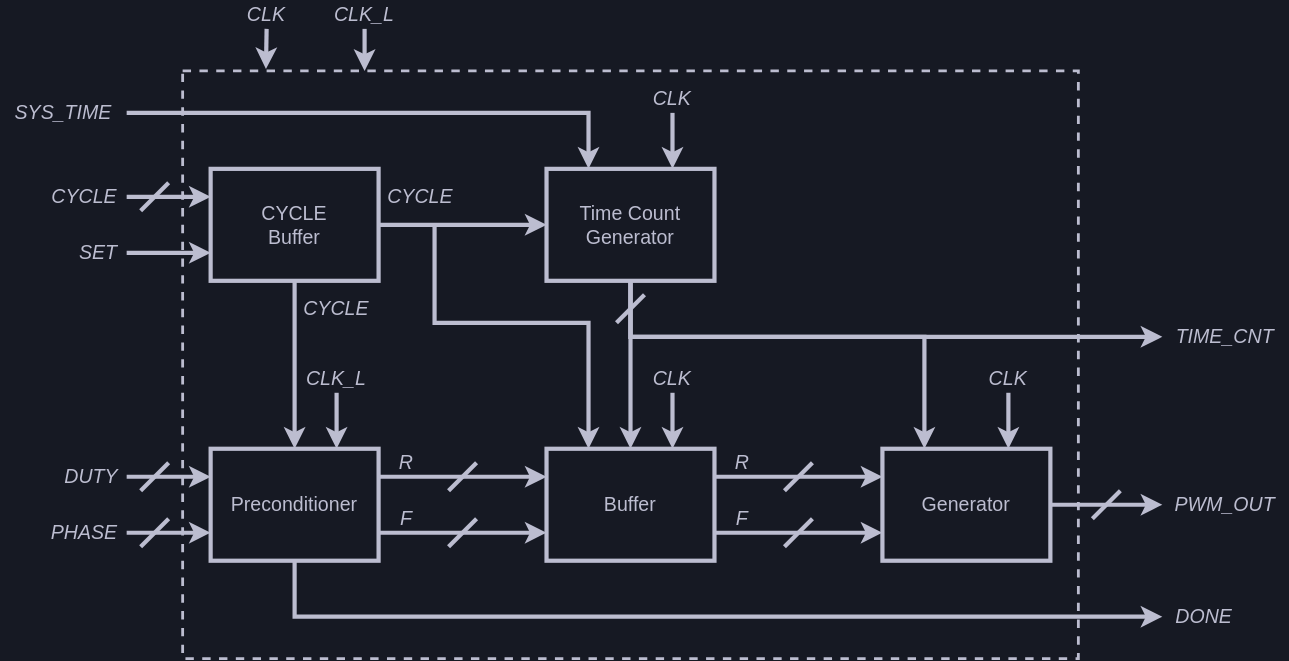
shinolab/autd3-old-monorepo keeps this draw.io diagram as doc/fpga/src/figs/pwm/diagram.svg. Above is the earlier version. Source tidied: cells renumbered, new cells last; positions are measured from the earlier drawing's top-left corner, leaving out a move shared by most shapes.
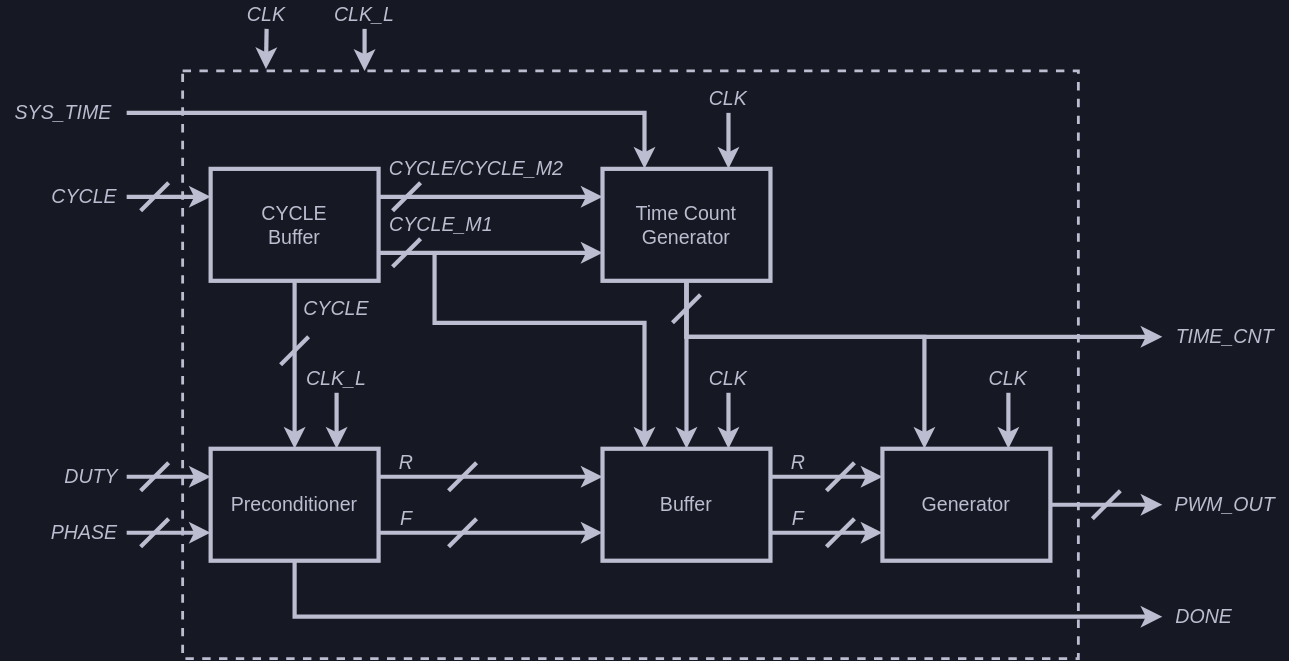
Above is the later version.

Diff of the diagram source:
```diff
@@ -9,10 +9,10 @@
       <mxGeometry x="150" y="320" width="120" height="80" as="geometry" />
     </mxCell>
     <mxCell id="4" value="&lt;font style=&quot;font-size: 14px;&quot;&gt;Time Count Generator&lt;/font&gt;" style="rounded=0;whiteSpace=wrap;html=1;fontColor=#BCBDD0;labelBackgroundColor=none;fillColor=none;strokeColor=#bcbdd0;strokeWidth=3;fontSize=14;" parent="1" vertex="1">
-      <mxGeometry x="390" y="120" width="120" height="80" as="geometry" />
+      <mxGeometry x="430" y="120" width="120" height="80" as="geometry" />
     </mxCell>
     <mxCell id="5" value="&lt;font style=&quot;font-size: 14px;&quot;&gt;Buffer&lt;br style=&quot;font-size: 14px;&quot;&gt;&lt;/font&gt;" style="rounded=0;whiteSpace=wrap;html=1;fontColor=#BCBDD0;labelBackgroundColor=none;fillColor=none;strokeColor=#bcbdd0;strokeWidth=3;fontSize=14;" parent="1" vertex="1">
-      <mxGeometry x="390" y="320" width="120" height="80" as="geometry" />
+      <mxGeometry x="430" y="320" width="120" height="80" as="geometry" />
     </mxCell>
     <mxCell id="6" style="endArrow=classic;html=1;rounded=0;fontSize=14;fontColor=#BCBDD0;entryX=0;entryY=0.25;entryDx=0;entryDy=0;strokeColor=#bcbdd0;strokeWidth=3;exitX=1;exitY=0.5;exitDx=0;exitDy=0;" parent="1" edge="1" source="10" target="3">
       <mxGeometry relative="1" as="geometry" />
@@ -50,7 +50,7 @@
         <mxPoint x="120" y="130" as="targetPoint" />
       </mxGeometry>
     </mxCell>
-    <mxCell id="15" style="endArrow=classic;html=1;rounded=0;fontSize=14;fontColor=#BCBDD0;strokeColor=#bcbdd0;strokeWidth=3;entryX=0;entryY=0.5;entryDx=0;entryDy=0;exitX=1;exitY=0.5;exitDx=0;exitDy=0;" parent="1" edge="1" source="54" target="4">
+    <mxCell id="15" style="endArrow=classic;html=1;rounded=0;fontSize=14;fontColor=#BCBDD0;strokeColor=#bcbdd0;strokeWidth=3;entryX=0;entryY=0.25;entryDx=0;entryDy=0;exitX=1;exitY=0.25;exitDx=0;exitDy=0;" parent="1" edge="1" source="54" target="4">
       <mxGeometry relative="1" as="geometry" />
     </mxCell>
     <mxCell id="16" style="endArrow=classic;html=1;rounded=0;fontSize=14;fontColor=#BCBDD0;entryX=0;entryY=0.25;entryDx=0;entryDy=0;strokeColor=#bcbdd0;strokeWidth=3;exitX=1;exitY=0.25;exitDx=0;exitDy=0;" parent="1" edge="1" source="3" target="5">
@@ -68,21 +68,21 @@
     <mxCell id="19" value="&lt;i style=&quot;font-size: 14px;&quot;&gt;F&lt;br style=&quot;font-size: 14px;&quot;&gt;&lt;/i&gt;" style="text;html=1;strokeColor=none;fillColor=none;align=center;verticalAlign=middle;whiteSpace=wrap;rounded=0;labelBackgroundColor=none;fontSize=14;fontColor=#BCBDD0;" parent="1" vertex="1">
       <mxGeometry x="280" y="350" width="20" height="40" as="geometry" />
     </mxCell>
-    <mxCell id="20" style="endArrow=classic;html=1;rounded=0;fontSize=14;fontColor=#BCBDD0;entryX=0.5;entryY=0;entryDx=0;entryDy=0;strokeColor=#bcbdd0;strokeWidth=3;exitX=0;exitY=0;exitDx=0;exitDy=0;" parent="1" edge="1" target="5">
+    <mxCell id="20" style="endArrow=classic;html=1;rounded=0;fontSize=14;fontColor=#BCBDD0;entryX=0.5;entryY=0;entryDx=0;entryDy=0;strokeColor=#bcbdd0;strokeWidth=3;" parent="1" edge="1" target="5">
       <mxGeometry relative="1" as="geometry">
-        <mxPoint x="450" y="200" as="sourcePoint" />
+        <mxPoint x="490" y="200" as="sourcePoint" />
       </mxGeometry>
     </mxCell>
     <mxCell id="21" style="endArrow=none;html=1;rounded=0;fontSize=14;fontColor=#BCBDD0;strokeColor=#bcbdd0;strokeWidth=3;" parent="1" edge="1">
       <mxGeometry relative="1" as="geometry">
-        <mxPoint x="440" y="230" as="sourcePoint" />
-        <mxPoint x="460" y="210" as="targetPoint" />
+        <mxPoint x="480" y="230" as="sourcePoint" />
+        <mxPoint x="500" y="210" as="targetPoint" />
       </mxGeometry>
     </mxCell>
     <mxCell id="22" style="endArrow=classic;html=1;rounded=0;fontSize=14;fontColor=#BCBDD0;entryX=0.25;entryY=0;entryDx=0;entryDy=0;strokeColor=#bcbdd0;strokeWidth=3;exitX=1;exitY=0.5;exitDx=0;exitDy=0;" parent="1" edge="1" source="23" target="4">
       <mxGeometry relative="1" as="geometry">
         <Array as="points">
-          <mxPoint x="420" y="80" />
+          <mxPoint x="460" y="80" />
         </Array>
       </mxGeometry>
     </mxCell>
@@ -121,47 +121,46 @@
         <mxPoint x="340" y="370" as="targetPoint" />
       </mxGeometry>
     </mxCell>
-    <mxCell id="32" style="endArrow=classic;html=1;rounded=0;fontSize=14;fontColor=#BCBDD0;entryX=0;entryY=0.25;entryDx=0;entryDy=0;strokeColor=#bcbdd0;strokeWidth=3;exitX=1;exitY=0.25;exitDx=0;exitDy=0;" parent="1" edge="1">
+    <mxCell id="32" style="endArrow=classic;html=1;rounded=0;fontSize=14;fontColor=#BCBDD0;entryX=0;entryY=0.25;entryDx=0;entryDy=0;strokeColor=#bcbdd0;strokeWidth=3;exitX=1;exitY=0.25;exitDx=0;exitDy=0;" parent="1" edge="1" source="5">
       <mxGeometry relative="1" as="geometry">
-        <mxPoint x="510" y="340" as="sourcePoint" />
         <mxPoint x="630" y="340" as="targetPoint" />
       </mxGeometry>
     </mxCell>
     <mxCell id="33" style="endArrow=none;html=1;rounded=0;fontSize=14;fontColor=#BCBDD0;strokeColor=#bcbdd0;strokeWidth=3;" parent="1" edge="1">
       <mxGeometry relative="1" as="geometry">
-        <mxPoint x="560" y="350" as="sourcePoint" />
-        <mxPoint x="580" y="330" as="targetPoint" />
+        <mxPoint x="590" y="350" as="sourcePoint" />
+        <mxPoint x="610" y="330" as="targetPoint" />
       </mxGeometry>
     </mxCell>
     <mxCell id="34" value="&lt;i style=&quot;font-size: 14px;&quot;&gt;R&lt;br style=&quot;font-size: 14px;&quot;&gt;&lt;/i&gt;" style="text;html=1;strokeColor=none;fillColor=none;align=center;verticalAlign=middle;whiteSpace=wrap;rounded=0;labelBackgroundColor=none;fontSize=14;fontColor=#BCBDD0;" parent="1" vertex="1">
-      <mxGeometry x="520" y="310" width="20" height="40" as="geometry" />
+      <mxGeometry x="560" y="310" width="20" height="40" as="geometry" />
     </mxCell>
     <mxCell id="35" value="&lt;i style=&quot;font-size: 14px;&quot;&gt;F&lt;br style=&quot;font-size: 14px;&quot;&gt;&lt;/i&gt;" style="text;html=1;strokeColor=none;fillColor=none;align=center;verticalAlign=middle;whiteSpace=wrap;rounded=0;labelBackgroundColor=none;fontSize=14;fontColor=#BCBDD0;" parent="1" vertex="1">
-      <mxGeometry x="520" y="350" width="20" height="40" as="geometry" />
+      <mxGeometry x="560" y="350" width="20" height="40" as="geometry" />
     </mxCell>
     <mxCell id="36" style="endArrow=classic;html=1;rounded=0;fontSize=14;fontColor=#BCBDD0;entryX=0;entryY=0.75;entryDx=0;entryDy=0;strokeColor=#bcbdd0;strokeWidth=3;exitX=1;exitY=0.75;exitDx=0;exitDy=0;" parent="1" edge="1" source="5" target="26">
       <mxGeometry relative="1" as="geometry" />
     </mxCell>
     <mxCell id="37" style="endArrow=none;html=1;rounded=0;fontSize=14;fontColor=#BCBDD0;strokeColor=#bcbdd0;strokeWidth=3;" parent="1" edge="1">
       <mxGeometry relative="1" as="geometry">
-        <mxPoint x="560" y="390" as="sourcePoint" />
-        <mxPoint x="580" y="370" as="targetPoint" />
+        <mxPoint x="590" y="390" as="sourcePoint" />
+        <mxPoint x="610" y="370" as="targetPoint" />
       </mxGeometry>
     </mxCell>
     <mxCell id="38" style="endArrow=classic;html=1;rounded=0;fontSize=14;fontColor=#BCBDD0;entryX=0.25;entryY=0;entryDx=0;entryDy=0;strokeColor=#bcbdd0;strokeWidth=3;exitX=0.5;exitY=1;exitDx=0;exitDy=0;" parent="1" edge="1" source="4" target="26">
       <mxGeometry relative="1" as="geometry">
         <Array as="points">
-          <mxPoint x="450" y="240" />
+          <mxPoint x="490" y="240" />
           <mxPoint x="660" y="240" />
         </Array>
       </mxGeometry>
     </mxCell>
     <mxCell id="39" style="endArrow=classic;html=1;rounded=0;fontSize=14;fontColor=#BCBDD0;entryX=0.25;entryY=0;entryDx=0;entryDy=0;strokeColor=#bcbdd0;strokeWidth=3;" parent="1" edge="1" target="5">
       <mxGeometry relative="1" as="geometry">
-        <mxPoint x="310" y="160" as="sourcePoint" />
+        <mxPoint x="310" y="180" as="sourcePoint" />
         <Array as="points">
           <mxPoint x="310" y="230" />
-          <mxPoint x="420" y="230" />
+          <mxPoint x="460" y="230" />
         </Array>
       </mxGeometry>
     </mxCell>
@@ -178,7 +177,7 @@
     <mxCell id="42" style="endArrow=classic;html=1;rounded=0;fontSize=14;fontColor=#BCBDD0;strokeColor=#bcbdd0;strokeWidth=3;exitX=0.5;exitY=1;exitDx=0;exitDy=0;entryX=0;entryY=0.5;entryDx=0;entryDy=0;" parent="1" edge="1" source="4" target="43">
       <mxGeometry relative="1" as="geometry">
         <Array as="points">
-          <mxPoint x="450" y="240" />
+          <mxPoint x="490" y="240" />
           <mxPoint x="690" y="240" />
         </Array>
       </mxGeometry>
@@ -201,12 +200,10 @@
       <mxGeometry x="230" width="60" height="20" as="geometry" />
     </mxCell>
     <mxCell id="48" value="CLK" style="text;html=1;strokeColor=none;fillColor=none;align=center;verticalAlign=middle;whiteSpace=wrap;rounded=0;labelBackgroundColor=none;fontSize=14;fontColor=#BCBDD0;fontStyle=2;" parent="1" vertex="1">
-      <mxGeometry x="450" y="260" width="60" height="20" as="geometry" />
+      <mxGeometry x="490" y="260" width="60" height="20" as="geometry" />
     </mxCell>
-    <mxCell id="49" style="endArrow=classic;html=1;rounded=0;fontSize=14;fontColor=#BCBDD0;strokeColor=#bcbdd0;strokeWidth=3;exitX=0.5;exitY=1;exitDx=0;exitDy=0;" parent="1" edge="1" source="48">
-      <mxGeometry relative="1" as="geometry">
-        <mxPoint x="480" y="320" as="targetPoint" />
-      </mxGeometry>
+    <mxCell id="49" style="endArrow=classic;html=1;rounded=0;fontSize=14;fontColor=#BCBDD0;strokeColor=#bcbdd0;strokeWidth=3;exitX=0.5;exitY=1;exitDx=0;exitDy=0;entryX=0.75;entryY=0;entryDx=0;entryDy=0;" parent="1" edge="1" source="48" target="5">
+      <mxGeometry relative="1" as="geometry" />
     </mxCell>
     <mxCell id="50" value="CLK" style="text;html=1;strokeColor=none;fillColor=none;align=center;verticalAlign=middle;whiteSpace=wrap;rounded=0;labelBackgroundColor=none;fontSize=14;fontColor=#BCBDD0;fontStyle=2;" parent="1" vertex="1">
       <mxGeometry x="690" y="260" width="60" height="20" as="geometry" />
@@ -215,7 +212,7 @@
       <mxGeometry relative="1" as="geometry" />
     </mxCell>
     <mxCell id="52" value="CLK" style="text;html=1;strokeColor=none;fillColor=none;align=center;verticalAlign=middle;whiteSpace=wrap;rounded=0;labelBackgroundColor=none;fontSize=14;fontColor=#BCBDD0;fontStyle=2;" parent="1" vertex="1">
-      <mxGeometry x="450" y="60" width="60" height="20" as="geometry" />
+      <mxGeometry x="490" y="60" width="60" height="20" as="geometry" />
     </mxCell>
     <mxCell id="53" style="endArrow=classic;html=1;rounded=0;fontSize=14;fontColor=#BCBDD0;strokeColor=#bcbdd0;strokeWidth=3;exitX=0.5;exitY=1;exitDx=0;exitDy=0;entryX=0.75;entryY=0;entryDx=0;entryDy=0;" parent="1" edge="1" source="52" target="4">
       <mxGeometry relative="1" as="geometry" />
@@ -226,17 +223,35 @@
     <mxCell id="55" style="endArrow=classic;html=1;rounded=0;fontSize=14;fontColor=#BCBDD0;strokeColor=#bcbdd0;strokeWidth=3;entryX=0;entryY=0.25;entryDx=0;entryDy=0;exitX=1;exitY=0.5;exitDx=0;exitDy=0;" parent="1" edge="1" source="12" target="54">
       <mxGeometry relative="1" as="geometry" />
     </mxCell>
-    <mxCell id="56" value="&lt;i style=&quot;font-size: 14px&quot;&gt;SET&lt;/i&gt;" style="text;html=1;strokeColor=none;fillColor=none;align=center;verticalAlign=middle;whiteSpace=wrap;rounded=0;labelBackgroundColor=none;fontSize=14;fontColor=#BCBDD0;" parent="1" vertex="1">
-      <mxGeometry x="50" y="160" width="40" height="40" as="geometry" />
-    </mxCell>
-    <mxCell id="57" style="endArrow=classic;html=1;rounded=0;fontSize=14;fontColor=#BCBDD0;strokeColor=#bcbdd0;strokeWidth=3;entryX=0;entryY=0.75;entryDx=0;entryDy=0;exitX=1;exitY=0.5;exitDx=0;exitDy=0;" parent="1" edge="1" source="56" target="54">
-      <mxGeometry relative="1" as="geometry" />
-    </mxCell>
-    <mxCell id="58" value="&lt;i style=&quot;font-size: 14px;&quot;&gt;CYCLE&lt;/i&gt;" style="text;html=1;strokeColor=none;fillColor=none;align=center;verticalAlign=middle;whiteSpace=wrap;rounded=0;labelBackgroundColor=none;fontSize=14;fontColor=#BCBDD0;" parent="1" vertex="1">
-      <mxGeometry x="270" y="120" width="60" height="40" as="geometry" />
+    <mxCell id="58" value="&lt;i style=&quot;font-size: 14px;&quot;&gt;CYCLE/&lt;/i&gt;&lt;i&gt;CYCLE_M2&lt;/i&gt;" style="text;html=1;strokeColor=none;fillColor=none;align=center;verticalAlign=middle;whiteSpace=wrap;rounded=0;labelBackgroundColor=none;fontSize=14;fontColor=#BCBDD0;" parent="1" vertex="1">
+      <mxGeometry x="270" y="100" width="140" height="40" as="geometry" />
     </mxCell>
     <mxCell id="59" value="&lt;i style=&quot;font-size: 14px;&quot;&gt;CYCLE&lt;/i&gt;" style="text;html=1;strokeColor=none;fillColor=none;align=center;verticalAlign=middle;whiteSpace=wrap;rounded=0;labelBackgroundColor=none;fontSize=14;fontColor=#BCBDD0;" parent="1" vertex="1">
       <mxGeometry x="210" y="200" width="60" height="40" as="geometry" />
     </mxCell>
+    <mxCell id="60" style="endArrow=classic;html=1;rounded=0;fontSize=14;fontColor=#BCBDD0;strokeColor=#bcbdd0;strokeWidth=3;entryX=0;entryY=0.75;entryDx=0;entryDy=0;exitX=1;exitY=0.75;exitDx=0;exitDy=0;" parent="1" edge="1" source="54" target="4">
+      <mxGeometry relative="1" as="geometry" />
+    </mxCell>
+    <mxCell id="61" value="&lt;i&gt;CYCLE_M1&lt;/i&gt;" style="text;html=1;strokeColor=none;fillColor=none;align=center;verticalAlign=middle;whiteSpace=wrap;rounded=0;labelBackgroundColor=none;fontSize=14;fontColor=#BCBDD0;" parent="1" vertex="1">
+      <mxGeometry x="270" y="140" width="90" height="40" as="geometry" />
+    </mxCell>
+    <mxCell id="62" style="endArrow=none;html=1;rounded=0;fontSize=14;fontColor=#BCBDD0;strokeColor=#bcbdd0;strokeWidth=3;" parent="1" edge="1">
+      <mxGeometry relative="1" as="geometry">
+        <mxPoint x="280" y="190" as="sourcePoint" />
+        <mxPoint x="300" y="170" as="targetPoint" />
+      </mxGeometry>
+    </mxCell>
+    <mxCell id="63" style="endArrow=none;html=1;rounded=0;fontSize=14;fontColor=#BCBDD0;strokeColor=#bcbdd0;strokeWidth=3;" parent="1" edge="1">
+      <mxGeometry relative="1" as="geometry">
+        <mxPoint x="280" y="150" as="sourcePoint" />
+        <mxPoint x="300" y="130" as="targetPoint" />
+      </mxGeometry>
+    </mxCell>
+    <mxCell id="64" style="endArrow=none;html=1;rounded=0;fontSize=14;fontColor=#BCBDD0;strokeColor=#bcbdd0;strokeWidth=3;" parent="1" edge="1">
+      <mxGeometry relative="1" as="geometry">
+        <mxPoint x="200" y="260" as="sourcePoint" />
+        <mxPoint x="220" y="240" as="targetPoint" />
+      </mxGeometry>
+    </mxCell>
   </root>
 </mxGraphModel>
```
